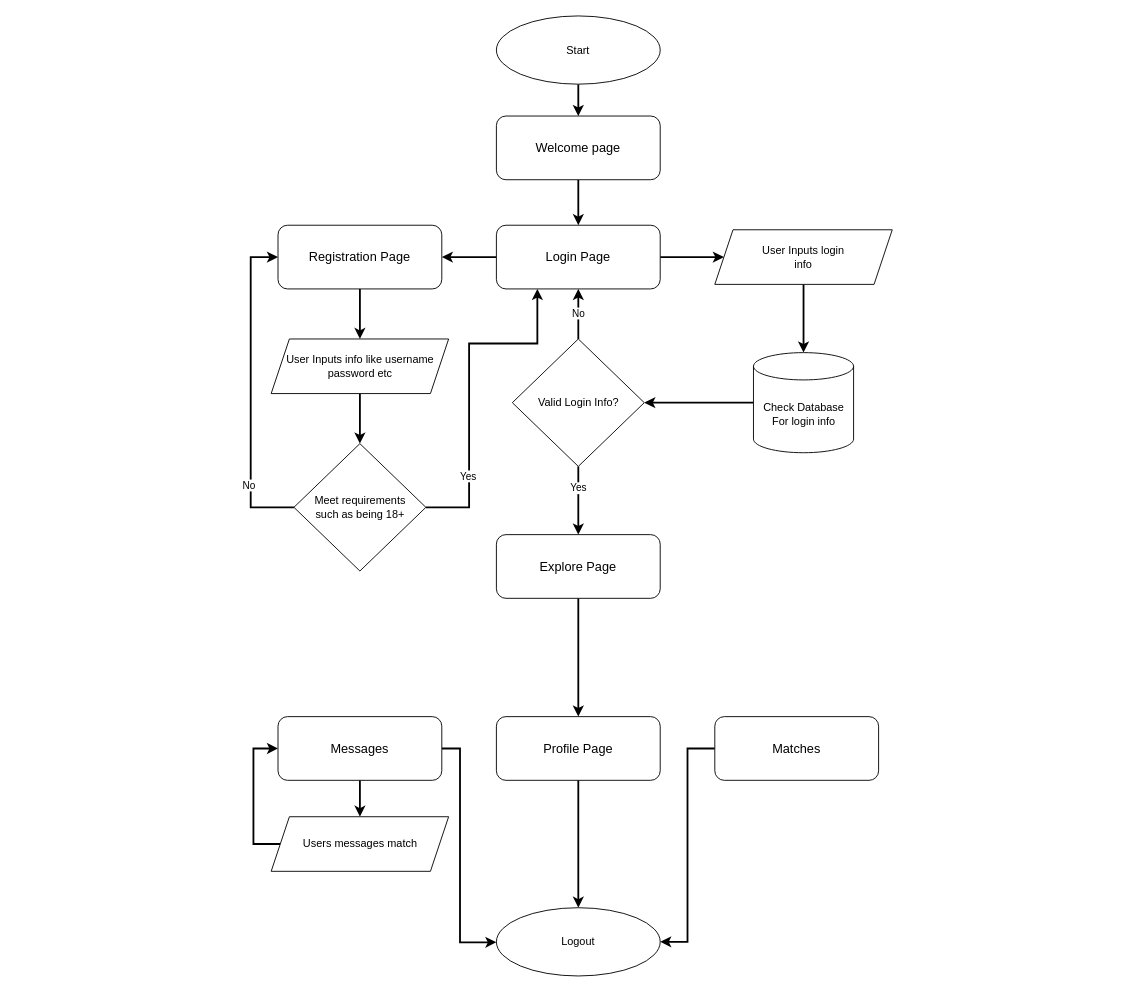
Before: Milestone_2/System_Diagram.drawio in nfunderburgh/CST-451, a draw.io diagram. Source tidied: cells renumbered, new cells numbered last; positions are measured from the earlier drawing's top-left corner, leaving out a move shared by most shapes. Both pictures are drawn from the tidied source at 91%, with x=0, y=0 at pixel (250, 15).
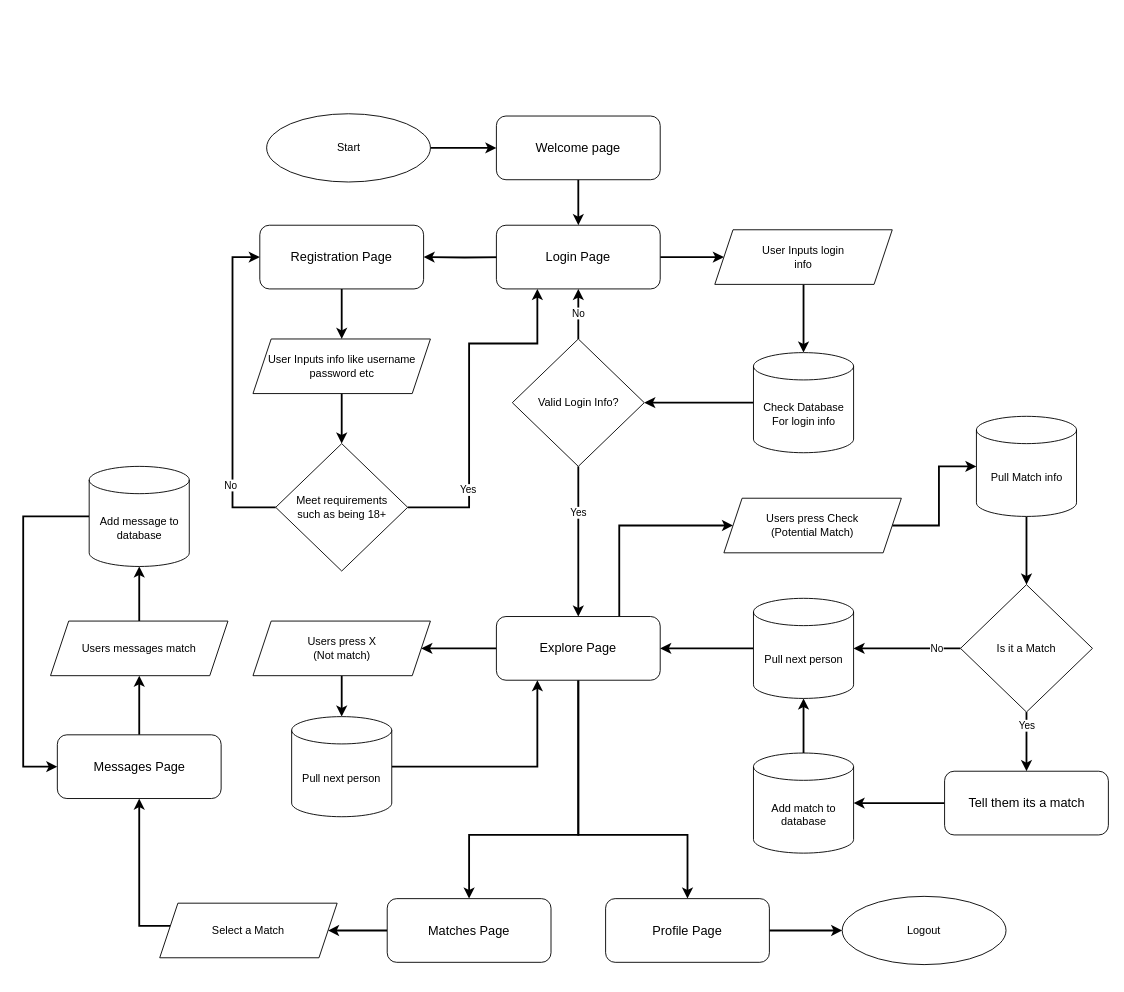
The same diagram, later.

Unchanged cells that the change refers to:
```xml
<mxCell id="6" value="&lt;font style=&quot;font-size: 14px;&quot;&gt;Login Page&lt;/font&gt;" style="rounded=1;whiteSpace=wrap;html=1;" parent="1" vertex="1">
  <mxGeometry x="270" y="230" width="180" height="70" as="geometry" />
</mxCell>
```

Change to the diagram source:
```diff
@@
-    <mxCell id="5" style="edgeStyle=orthogonalEdgeStyle;rounded=0;jettySize=auto;html=1;entryX=1;entryY=0.5;entryDx=0;entryDy=0;strokeWidth=2;" parent="1" edge="1" source="6" target="17">
-      <mxGeometry relative="1" as="geometry" />
-    </mxCell>
+    <mxCell id="39" style="edgeStyle=orthogonalEdgeStyle;rounded=0;jettySize=auto;html=1;strokeWidth=2;" parent="1" edge="1" target="17">
+      <mxGeometry relative="1" as="geometry">
+        <mxPoint x="280" y="265" as="sourcePoint" />
+      </mxGeometry>
+    </mxCell>
@@
+    <mxCell id="40" style="edgeStyle=orthogonalEdgeStyle;rounded=0;jettySize=auto;html=1;strokeWidth=2;" parent="1" edge="1" source="8" target="47">
+      <mxGeometry relative="1" as="geometry" />
+    </mxCell>
+    <mxCell id="41" style="edgeStyle=orthogonalEdgeStyle;rounded=0;jettySize=auto;html=1;exitX=0.75;exitY=0;exitDx=0;exitDy=0;entryX=0;entryY=0.5;entryDx=0;entryDy=0;strokeWidth=2;" parent="1" edge="1" source="8" target="49">
+      <mxGeometry relative="1" as="geometry">
+        <Array as="points">
+          <mxPoint x="405" y="560" />
+        </Array>
+      </mxGeometry>
+    </mxCell>
+    <mxCell id="42" style="edgeStyle=orthogonalEdgeStyle;rounded=0;jettySize=auto;html=1;entryX=0.5;entryY=0;entryDx=0;entryDy=0;strokeWidth=2;" parent="1" edge="1" source="8" target="15">
+      <mxGeometry relative="1" as="geometry">
+        <Array as="points">
+          <mxPoint x="360" y="900" />
+          <mxPoint x="240" y="900" />
+        </Array>
+      </mxGeometry>
+    </mxCell>
-    <mxCell id="7" style="edgeStyle=orthogonalEdgeStyle;rounded=0;jettySize=auto;html=1;entryX=0.5;entryY=0;entryDx=0;entryDy=0;strokeWidth=2;" parent="1" edge="1" source="8" target="13">
-      <mxGeometry relative="1" as="geometry" />
+    <mxCell id="7" style="edgeStyle=orthogonalEdgeStyle;rounded=0;jettySize=auto;html=1;strokeWidth=2;" parent="1" edge="1" source="8" target="13">
+      <mxGeometry relative="1" as="geometry">
+        <Array as="points">
+          <mxPoint x="360" y="900" />
+          <mxPoint x="480" y="900" />
+        </Array>
+      </mxGeometry>
     </mxCell>
     <mxCell id="8" value="&lt;font style=&quot;font-size: 14px;&quot;&gt;Explore Page&lt;/font&gt;" style="rounded=1;whiteSpace=wrap;html=1;" parent="1" vertex="1">
-      <mxGeometry x="270" y="570" width="180" height="70" as="geometry" />
+      <mxGeometry x="270" y="660" width="180" height="70" as="geometry" />
     </mxCell>
-    <mxCell id="9" style="edgeStyle=orthogonalEdgeStyle;rounded=0;jettySize=auto;html=1;strokeWidth=2;" parent="1" edge="1" source="11">
-      <mxGeometry relative="1" as="geometry">
-        <mxPoint x="120" y="880" as="targetPoint" />
-      </mxGeometry>
-    </mxCell>
-    <mxCell id="10" style="edgeStyle=orthogonalEdgeStyle;rounded=0;jettySize=auto;html=1;exitX=1;exitY=0.5;exitDx=0;exitDy=0;strokeWidth=2;" parent="1" edge="1" source="11" target="36">
-      <mxGeometry relative="1" as="geometry">
-        <Array as="points">
-          <mxPoint x="230" y="805" />
-          <mxPoint x="230" y="1018" />
-        </Array>
-      </mxGeometry>
-    </mxCell>
+    <mxCell id="43" style="edgeStyle=orthogonalEdgeStyle;rounded=0;jettySize=auto;html=1;entryX=0.5;entryY=1;entryDx=0;entryDy=0;strokeWidth=2;" parent="1" edge="1" source="11" target="38">
+      <mxGeometry relative="1" as="geometry" />
+    </mxCell>
-    <mxCell id="11" value="&lt;font style=&quot;font-size: 14px;&quot;&gt;Messages&lt;/font&gt;" style="rounded=1;whiteSpace=wrap;html=1;" parent="1" vertex="1">
-      <mxGeometry x="30" y="770" width="180" height="70" as="geometry" />
+    <mxCell id="11" value="&lt;font style=&quot;font-size: 14px;&quot;&gt;Messages Page&lt;/font&gt;" style="rounded=1;whiteSpace=wrap;html=1;" parent="1" vertex="1">
+      <mxGeometry x="-212.5" y="790" width="180" height="70" as="geometry" />
     </mxCell>
-    <mxCell id="12" style="edgeStyle=orthogonalEdgeStyle;rounded=0;jettySize=auto;html=1;entryX=0.5;entryY=0;entryDx=0;entryDy=0;strokeWidth=2;" parent="1" edge="1" source="13" target="36">
+    <mxCell id="12" style="edgeStyle=orthogonalEdgeStyle;rounded=0;jettySize=auto;html=1;strokeWidth=2;" parent="1" edge="1" source="13" target="36">
       <mxGeometry relative="1" as="geometry" />
     </mxCell>
     <mxCell id="13" value="&lt;span style=&quot;font-size: 14px;&quot;&gt;Profile Page&lt;/span&gt;" style="rounded=1;whiteSpace=wrap;html=1;" parent="1" vertex="1">
-      <mxGeometry x="270" y="770" width="180" height="70" as="geometry" />
+      <mxGeometry x="390" y="970" width="180" height="70" as="geometry" />
     </mxCell>
-    <mxCell id="14" style="edgeStyle=orthogonalEdgeStyle;rounded=0;jettySize=auto;html=1;entryX=1;entryY=0.5;entryDx=0;entryDy=0;strokeWidth=2;" parent="1" edge="1" source="15" target="36">
-      <mxGeometry relative="1" as="geometry" />
-    </mxCell>
+    <mxCell id="44" style="edgeStyle=orthogonalEdgeStyle;rounded=0;jettySize=auto;html=1;strokeWidth=2;" parent="1" edge="1" source="15" target="66">
+      <mxGeometry relative="1" as="geometry" />
+    </mxCell>
-    <mxCell id="15" value="&lt;span style=&quot;font-size: 14px;&quot;&gt;Matches&lt;/span&gt;" style="rounded=1;whiteSpace=wrap;html=1;" parent="1" vertex="1">
-      <mxGeometry x="510" y="770" width="180" height="70" as="geometry" />
+    <mxCell id="15" value="&lt;span style=&quot;font-size: 14px;&quot;&gt;Matches Page&lt;/span&gt;" style="rounded=1;whiteSpace=wrap;html=1;" parent="1" vertex="1">
+      <mxGeometry x="150" y="970" width="180" height="70" as="geometry" />
     </mxCell>
@@
     <mxCell id="17" value="&lt;font style=&quot;font-size: 14px;&quot;&gt;Registration Page&lt;/font&gt;" style="rounded=1;whiteSpace=wrap;html=1;" parent="1" vertex="1">
-      <mxGeometry x="30" y="230" width="180" height="70" as="geometry" />
+      <mxGeometry x="10" y="230" width="180" height="70" as="geometry" />
     </mxCell>
@@
     <mxCell id="19" value="Start" style="ellipse;whiteSpace=wrap;html=1;" parent="1" vertex="1">
-      <mxGeometry x="270" width="180" height="75" as="geometry" />
+      <mxGeometry x="17.5" y="107.5" width="180" height="75" as="geometry" />
     </mxCell>
@@
     <mxCell id="30" value="User Inputs info like username&lt;div&gt;password etc&lt;/div&gt;" style="shape=parallelogram;perimeter=parallelogramPerimeter;whiteSpace=wrap;html=1;fixedSize=1;" parent="1" vertex="1">
-      <mxGeometry x="22.5" y="355" width="195" height="60" as="geometry" />
+      <mxGeometry x="2.5" y="355" width="195" height="60" as="geometry" />
     </mxCell>
@@
     <mxCell id="33" style="edgeStyle=orthogonalEdgeStyle;rounded=0;jettySize=auto;html=1;entryX=0;entryY=0.5;entryDx=0;entryDy=0;strokeWidth=2;" parent="1" edge="1" source="35" target="17">
       <mxGeometry relative="1" as="geometry">
         <Array as="points">
-          <mxPoint y="540" />
-          <mxPoint y="265" />
+          <mxPoint x="-20" y="540" />
+          <mxPoint x="-20" y="265" />
         </Array>
       </mxGeometry>
     </mxCell>
@@
     <mxCell id="35" value="Meet requirements&lt;div&gt;such as being 18+&lt;/div&gt;" style="rhombus;whiteSpace=wrap;html=1;" parent="1" vertex="1">
-      <mxGeometry x="47.5" y="470" width="145" height="140" as="geometry" />
+      <mxGeometry x="27.5" y="470" width="145" height="140" as="geometry" />
     </mxCell>
     <mxCell id="36" value="Logout" style="ellipse;whiteSpace=wrap;html=1;" parent="1" vertex="1">
-      <mxGeometry x="270" y="980" width="180" height="75" as="geometry" />
+      <mxGeometry x="650" y="967.5" width="180" height="75" as="geometry" />
     </mxCell>
-    <mxCell id="37" style="edgeStyle=orthogonalEdgeStyle;rounded=0;jettySize=auto;html=1;entryX=0;entryY=0.5;entryDx=0;entryDy=0;strokeWidth=2;" parent="1" edge="1" source="38" target="11">
-      <mxGeometry relative="1" as="geometry">
-        <Array as="points">
-          <mxPoint x="3" y="910" />
-          <mxPoint x="3" y="805" />
-        </Array>
-      </mxGeometry>
-    </mxCell>
+    <mxCell id="45" style="edgeStyle=orthogonalEdgeStyle;rounded=0;jettySize=auto;html=1;strokeWidth=2;" parent="1" edge="1" source="38" target="64">
+      <mxGeometry relative="1" as="geometry" />
+    </mxCell>
     <mxCell id="38" value="Users messages match" style="shape=parallelogram;perimeter=parallelogramPerimeter;whiteSpace=wrap;html=1;fixedSize=1;" parent="1" vertex="1">
-      <mxGeometry x="22.5" y="880" width="195" height="60" as="geometry" />
+      <mxGeometry x="-220" y="665" width="195" height="60" as="geometry" />
     </mxCell>
+    <mxCell id="46" style="edgeStyle=orthogonalEdgeStyle;rounded=0;jettySize=auto;html=1;strokeWidth=2;" parent="1" edge="1" source="47" target="53">
+      <mxGeometry relative="1" as="geometry" />
+    </mxCell>
+    <mxCell id="47" value="Users press X&lt;div&gt;(Not match)&lt;/div&gt;" style="shape=parallelogram;perimeter=parallelogramPerimeter;whiteSpace=wrap;html=1;fixedSize=1;" parent="1" vertex="1">
+      <mxGeometry x="2.5" y="665" width="195" height="60" as="geometry" />
+    </mxCell>
+    <mxCell id="48" style="edgeStyle=orthogonalEdgeStyle;rounded=0;jettySize=auto;html=1;strokeWidth=2;" parent="1" edge="1" source="49" target="51">
+      <mxGeometry relative="1" as="geometry" />
+    </mxCell>
+    <mxCell id="49" value="Users press Check&lt;div&gt;(Potential Match)&lt;/div&gt;" style="shape=parallelogram;perimeter=parallelogramPerimeter;whiteSpace=wrap;html=1;fixedSize=1;" parent="1" vertex="1">
+      <mxGeometry x="520" y="530" width="195" height="60" as="geometry" />
+    </mxCell>
+    <mxCell id="50" style="edgeStyle=orthogonalEdgeStyle;rounded=0;jettySize=auto;html=1;strokeWidth=2;" parent="1" edge="1" source="51" target="58">
+      <mxGeometry relative="1" as="geometry" />
+    </mxCell>
+    <mxCell id="51" value="Pull Match info" style="shape=cylinder3;whiteSpace=wrap;html=1;boundedLbl=1;backgroundOutline=1;size=15;" parent="1" vertex="1">
+      <mxGeometry x="797.5" y="440" width="110" height="110" as="geometry" />
+    </mxCell>
+    <mxCell id="52" style="edgeStyle=orthogonalEdgeStyle;rounded=0;jettySize=auto;html=1;entryX=0.25;entryY=1;entryDx=0;entryDy=0;strokeWidth=2;" parent="1" edge="1" source="53" target="8">
+      <mxGeometry relative="1" as="geometry" />
+    </mxCell>
+    <mxCell id="53" value="Pull next person" style="shape=cylinder3;whiteSpace=wrap;html=1;boundedLbl=1;backgroundOutline=1;size=15;" parent="1" vertex="1">
+      <mxGeometry x="45" y="770" width="110" height="110" as="geometry" />
+    </mxCell>
+    <mxCell id="54" style="edgeStyle=orthogonalEdgeStyle;rounded=0;jettySize=auto;html=1;strokeWidth=2;" parent="1" edge="1" source="58" target="60">
+      <mxGeometry relative="1" as="geometry" />
+    </mxCell>
+    <mxCell id="55" value="No" style="edgeLabel;html=1;align=center;verticalAlign=middle;" parent="54" vertex="1">
+      <mxGeometry x="-0.54" relative="1" as="geometry" />
+    </mxCell>
+    <mxCell id="56" style="edgeStyle=orthogonalEdgeStyle;rounded=0;jettySize=auto;html=1;strokeWidth=2;" parent="1" edge="1" source="58" target="68">
+      <mxGeometry relative="1" as="geometry" />
+    </mxCell>
+    <mxCell id="57" value="Yes" style="edgeLabel;html=1;align=center;verticalAlign=middle;" parent="56" vertex="1">
+      <mxGeometry x="-0.56" relative="1" as="geometry" />
+    </mxCell>
+    <mxCell id="58" value="Is it a Match" style="rhombus;whiteSpace=wrap;html=1;" parent="1" vertex="1">
+      <mxGeometry x="780" y="625" width="145" height="140" as="geometry" />
+    </mxCell>
+    <mxCell id="59" style="edgeStyle=orthogonalEdgeStyle;rounded=0;jettySize=auto;html=1;strokeWidth=2;" parent="1" edge="1" source="60" target="8">
+      <mxGeometry relative="1" as="geometry" />
+    </mxCell>
+    <mxCell id="60" value="Pull next person" style="shape=cylinder3;whiteSpace=wrap;html=1;boundedLbl=1;backgroundOutline=1;size=15;" parent="1" vertex="1">
+      <mxGeometry x="552.5" y="640" width="110" height="110" as="geometry" />
+    </mxCell>
+    <mxCell id="61" value="Add match to database" style="shape=cylinder3;whiteSpace=wrap;html=1;boundedLbl=1;backgroundOutline=1;size=15;" parent="1" vertex="1">
+      <mxGeometry x="552.5" y="810" width="110" height="110" as="geometry" />
+    </mxCell>
+    <mxCell id="62" style="edgeStyle=orthogonalEdgeStyle;rounded=0;jettySize=auto;html=1;exitX=0.5;exitY=0;exitDx=0;exitDy=0;exitPerimeter=0;entryX=0.5;entryY=1;entryDx=0;entryDy=0;entryPerimeter=0;strokeWidth=2;" parent="1" edge="1" source="61" target="60">
+      <mxGeometry relative="1" as="geometry" />
+    </mxCell>
+    <mxCell id="63" style="edgeStyle=orthogonalEdgeStyle;rounded=0;jettySize=auto;html=1;entryX=0;entryY=0.5;entryDx=0;entryDy=0;strokeWidth=2;" parent="1" edge="1" source="64" target="11">
+      <mxGeometry relative="1" as="geometry">
+        <Array as="points">
+          <mxPoint x="-250" y="550" />
+          <mxPoint x="-250" y="825" />
+        </Array>
+      </mxGeometry>
+    </mxCell>
+    <mxCell id="64" value="Add message to database" style="shape=cylinder3;whiteSpace=wrap;html=1;boundedLbl=1;backgroundOutline=1;size=15;" parent="1" vertex="1">
+      <mxGeometry x="-177.5" y="495" width="110" height="110" as="geometry" />
+    </mxCell>
+    <mxCell id="65" style="edgeStyle=orthogonalEdgeStyle;rounded=0;jettySize=auto;html=1;entryX=0.5;entryY=1;entryDx=0;entryDy=0;strokeWidth=2;" parent="1" edge="1" source="66" target="11">
+      <mxGeometry relative="1" as="geometry">
+        <Array as="points">
+          <mxPoint x="-122" y="1000" />
+        </Array>
+      </mxGeometry>
+    </mxCell>
+    <mxCell id="66" value="Select a Match" style="shape=parallelogram;perimeter=parallelogramPerimeter;whiteSpace=wrap;html=1;fixedSize=1;" parent="1" vertex="1">
+      <mxGeometry x="-100" y="975" width="195" height="60" as="geometry" />
+    </mxCell>
+    <mxCell id="67" style="edgeStyle=orthogonalEdgeStyle;rounded=0;jettySize=auto;html=1;strokeWidth=2;" parent="1" edge="1" source="68" target="61">
+      <mxGeometry relative="1" as="geometry" />
+    </mxCell>
+    <mxCell id="68" value="&lt;font style=&quot;font-size: 14px;&quot;&gt;Tell them its a match&lt;/font&gt;" style="rounded=1;whiteSpace=wrap;html=1;" parent="1" vertex="1">
+      <mxGeometry x="762.5" y="830" width="180" height="70" as="geometry" />
+    </mxCell>
```
